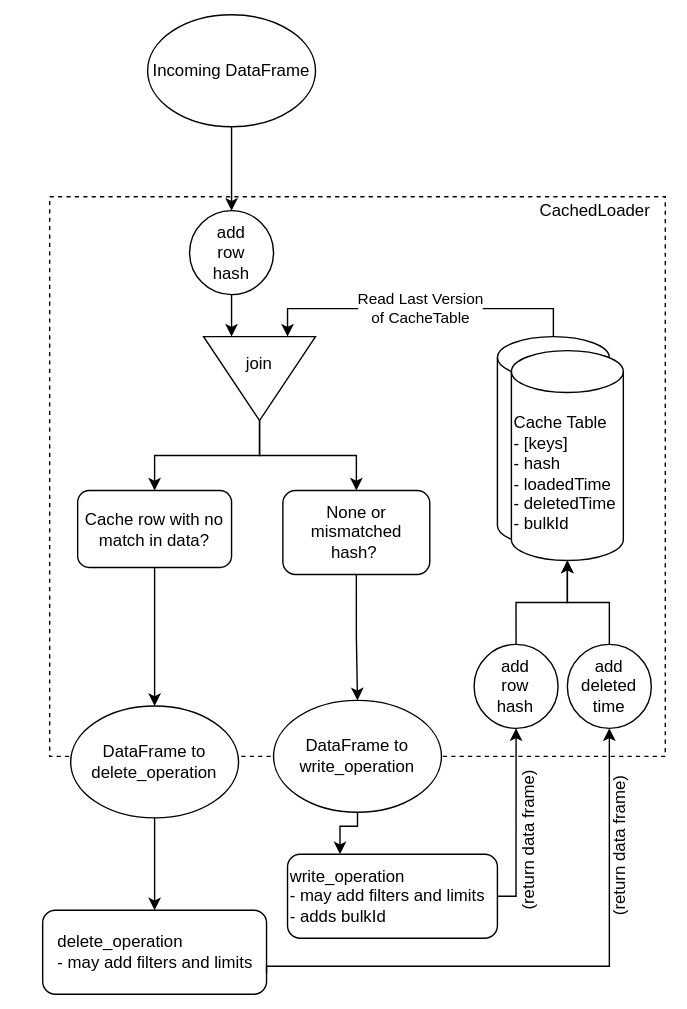
Earlier version of the draw.io export docs/etl/specializations/cached_loader_bkg.svg (spetlr-org/spetlr). Source tidied: cells renumbered, new cells last; positions are measured from the earlier drawing's top-left corner, leaving out a move shared by most shapes.
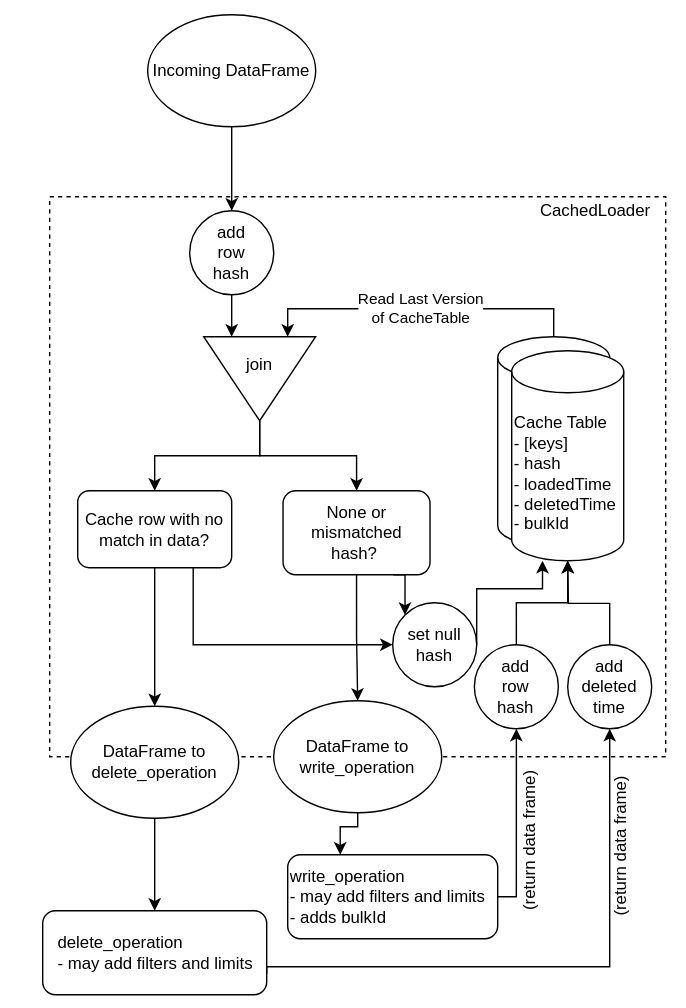
After the change.

What changed in the source:
```diff
@@ -129,5 +129,22 @@
     <mxCell id="33" value="(return data frame)" style="text;html=1;strokeColor=none;fillColor=none;align=left;verticalAlign=middle;whiteSpace=wrap;rounded=0;rotation=-90;" parent="1" vertex="1">
       <mxGeometry x="350" y="544" width="185" height="40" as="geometry" />
     </mxCell>
+    <mxCell id="34" style="edgeStyle=orthogonalEdgeStyle;rounded=0;jettySize=auto;html=1;exitX=0.75;exitY=1;exitDx=0;exitDy=0;entryX=0;entryY=0;entryDx=0;entryDy=0;" parent="1" edge="1" source="4" target="36">
+      <mxGeometry relative="1" as="geometry" />
+    </mxCell>
+    <mxCell id="35" style="edgeStyle=orthogonalEdgeStyle;rounded=0;jettySize=auto;html=1;exitX=0.75;exitY=1;exitDx=0;exitDy=0;entryX=0;entryY=0.5;entryDx=0;entryDy=0;" parent="1" edge="1" source="25" target="36">
+      <mxGeometry relative="1" as="geometry" />
+    </mxCell>
+    <mxCell id="36" value="set null hash" style="ellipse;whiteSpace=wrap;html=1;fillColor=default;" parent="1" vertex="1">
+      <mxGeometry x="280" y="430" width="60" height="60" as="geometry" />
+    </mxCell>
+    <mxCell id="37" style="edgeStyle=orthogonalEdgeStyle;rounded=0;jettySize=auto;html=1;exitX=1;exitY=0.5;exitDx=0;exitDy=0;entryX=0.275;entryY=1;entryDx=0;entryDy=0;entryPerimeter=0;" parent="1" edge="1" source="36" target="10">
+      <mxGeometry relative="1" as="geometry">
+        <Array as="points">
+          <mxPoint x="340" y="420" />
+          <mxPoint x="387" y="420" />
+        </Array>
+      </mxGeometry>
+    </mxCell>
   </root>
 </mxGraphModel>
```
